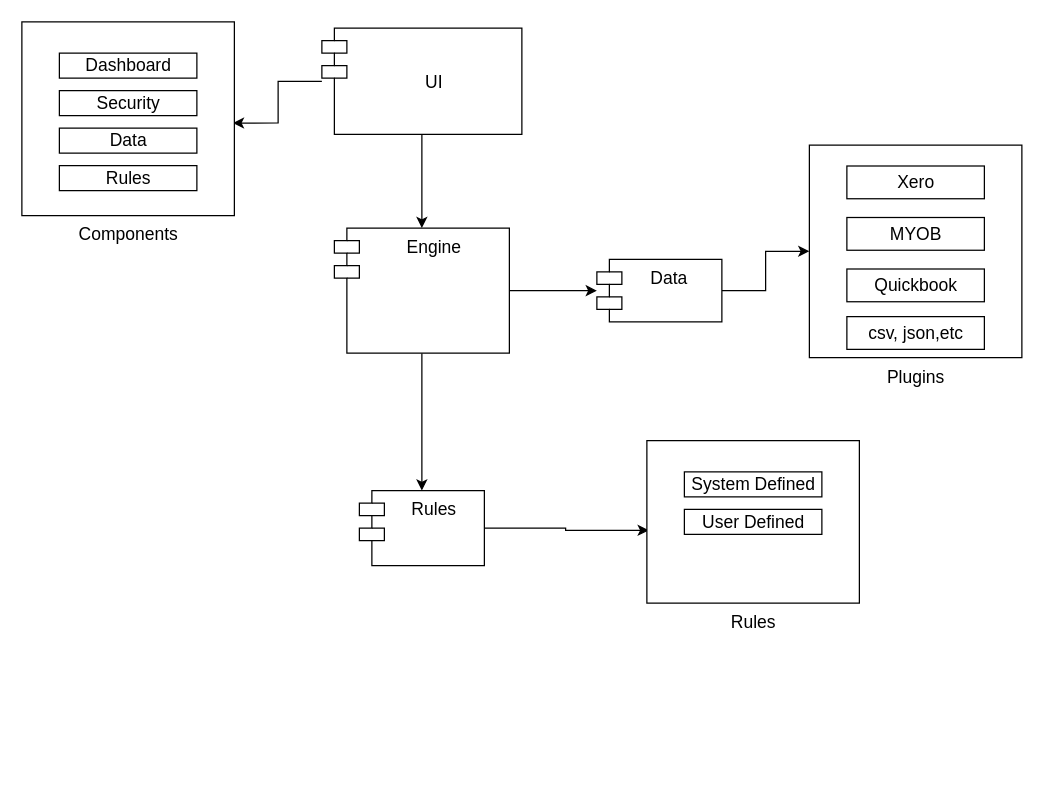
Earlier version of the draw.io diagram page "Overview" (1 of 5) of Untitled Diagram.drawio (CarlosSaltaren/revenpro). Source tidied: cells renumbered, new cells numbered last; positions are measured from the earlier drawing's top-left corner, leaving out a move shared by most shapes. Both pictures are drawn from the tidied source at 125%, with x=0, y=0 at pixel (21, 21).
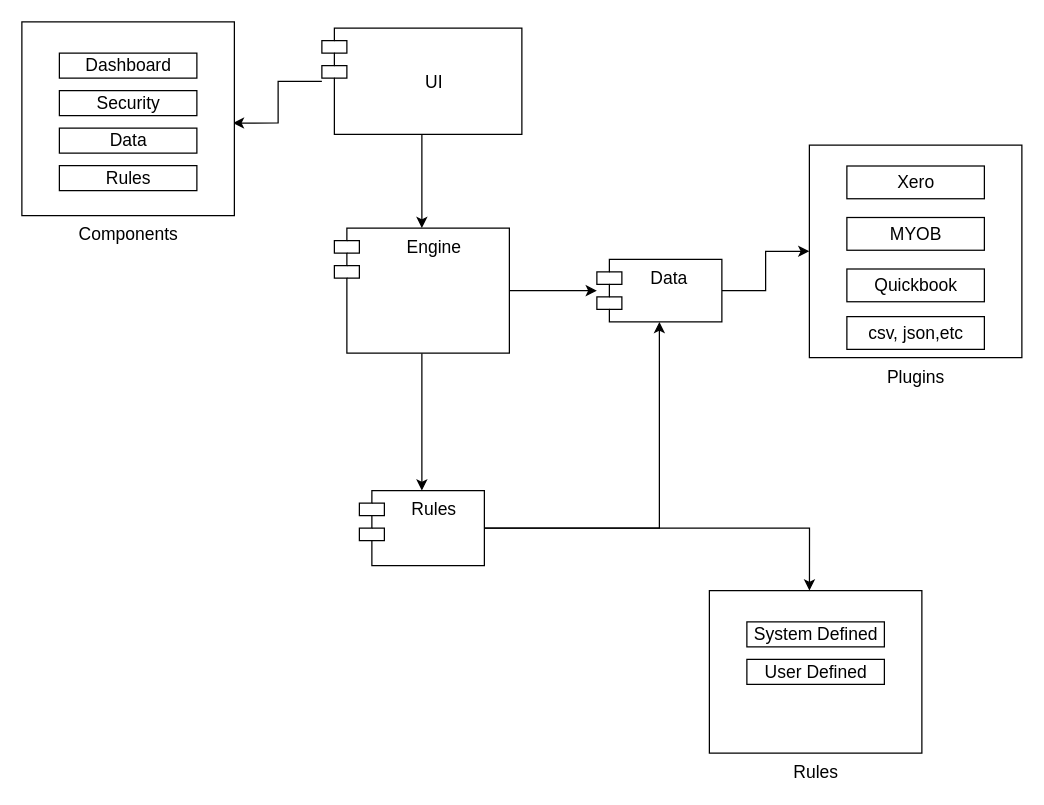
After the change.

The change refers to these unchanged cells:
```xml
<mxCell id="3" value="Data " style="shape=module;align=left;spacingLeft=20;align=center;verticalAlign=top;fontSize=14;" parent="1" vertex="1">
  <mxGeometry x="460" y="190" width="100" height="50" as="geometry" />
</mxCell>
<mxCell id="17" value="Rules" style="shape=module;align=left;spacingLeft=20;align=center;verticalAlign=top;fontSize=14;" parent="1" vertex="1">
  <mxGeometry x="270" y="375" width="100" height="60" as="geometry" />
</mxCell>
<mxCell id="19" value="Rules" style="verticalLabelPosition=bottom;verticalAlign=top;html=1;shape=mxgraph.basic.rect;fillColor2=none;strokeWidth=1;size=20;indent=5;fontSize=14;" parent="18" vertex="1">
  <mxGeometry y="-5" width="170" height="130" as="geometry" />
</mxCell>
```

The edit, as a diff of the source:
```diff
@@
-    <mxCell id="16" style="edgeStyle=orthogonalEdgeStyle;rounded=0;jettySize=auto;html=1;entryX=0.009;entryY=0.552;entryDx=0;entryDy=0;entryPerimeter=0;fontSize=14;" parent="1" edge="1" source="17" target="19">
-      <mxGeometry relative="1" as="geometry" />
-    </mxCell>
+    <mxCell id="28" style="edgeStyle=orthogonalEdgeStyle;rounded=0;jettySize=auto;html=1;entryX=0.5;entryY=1;entryDx=0;entryDy=0;" parent="1" edge="1" source="17" target="3">
+      <mxGeometry relative="1" as="geometry" />
+    </mxCell>
@@
     <mxCell id="18" style="group;" parent="1" vertex="1">
-      <mxGeometry x="500" y="340" width="170" height="130" as="geometry" />
+      <mxGeometry x="550" y="460" width="170" height="130" as="geometry" />
     </mxCell>
@@
+    <mxCell id="16" style="edgeStyle=orthogonalEdgeStyle;rounded=0;jettySize=auto;html=1;entryX=0.471;entryY=0;entryDx=0;entryDy=0;entryPerimeter=0;" parent="1" edge="1" source="17" target="19">
+      <mxGeometry relative="1" as="geometry" />
+    </mxCell>
```
